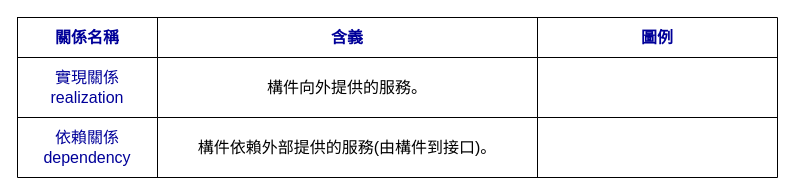
Earlier version of the draw.io diagram Relationships.drawio (wei0728/UML-diagram). Source tidied: cells renumbered, new cells numbered last; positions are measured from the earlier drawing's top-left corner, leaving out a move shared by most shapes. Both pictures are drawn from the tidied source at 100%, with x=0, y=0 at pixel (17, 17).
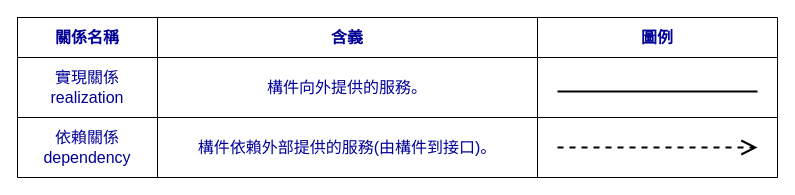
After the change.

Change to the diagram source:
```diff
@@
 <mxGraphModel>
   <root>
     <mxCell id="0" />
     <mxCell id="1" parent="0" />
     <mxCell id="2" style="shape=table;startSize=0;childLayout=tableLayout;fontSize=16;" parent="1" vertex="1">
       <mxGeometry width="760" height="160" as="geometry" />
     </mxCell>
     <mxCell id="3" style="shape=tableRow;horizontal=0;startSize=0;swimlaneHead=0;swimlaneBody=0;strokeColor=inherit;top=0;left=0;bottom=0;right=0;fillColor=none;fontSize=16;" parent="2" vertex="1">
       <mxGeometry width="760" height="40" as="geometry" />
     </mxCell>
     <mxCell id="4" value="&lt;font color=&quot;#000099&quot;&gt;&lt;b&gt;關係名稱&lt;/b&gt;&lt;/font&gt;" style="shape=partialRectangle;html=1;whiteSpace=wrap;strokeColor=inherit;overflow=hidden;fillColor=none;top=0;left=0;bottom=0;right=0;fontSize=16;" parent="3" vertex="1">
       <mxGeometry width="140" height="40" as="geometry" />
     </mxCell>
     <mxCell id="5" value="&lt;font color=&quot;#000099&quot;&gt;&lt;b&gt;含義&lt;/b&gt;&lt;/font&gt;" style="shape=partialRectangle;html=1;whiteSpace=wrap;strokeColor=inherit;overflow=hidden;fillColor=none;top=0;left=0;bottom=0;right=0;fontSize=16;" parent="3" vertex="1">
       <mxGeometry x="140" width="380" height="40" as="geometry" />
     </mxCell>
     <mxCell id="6" value="&lt;b&gt;&lt;font color=&quot;#000099&quot;&gt;圖例&lt;/font&gt;&lt;/b&gt;" style="shape=partialRectangle;html=1;whiteSpace=wrap;strokeColor=inherit;overflow=hidden;fillColor=none;top=0;left=0;bottom=0;right=0;fontSize=16;" parent="3" vertex="1">
       <mxGeometry x="520" width="240" height="40" as="geometry" />
     </mxCell>
     <mxCell id="7" style="shape=tableRow;horizontal=0;startSize=0;swimlaneHead=0;swimlaneBody=0;strokeColor=inherit;top=0;left=0;bottom=0;right=0;fillColor=none;fontSize=16;" parent="2" vertex="1">
       <mxGeometry y="40" width="760" height="60" as="geometry" />
     </mxCell>
     <mxCell id="8" value="&lt;font color=&quot;#000099&quot;&gt;實現關係&lt;br&gt;realization&lt;/font&gt;" style="shape=partialRectangle;html=1;whiteSpace=wrap;strokeColor=inherit;overflow=hidden;fillColor=none;top=0;left=0;bottom=0;right=0;fontSize=16;" parent="7" vertex="1">
       <mxGeometry width="140" height="60" as="geometry" />
     </mxCell>
-    <mxCell id="9" value="構件向外提供的服務。" style="shape=partialRectangle;html=1;whiteSpace=wrap;strokeColor=inherit;overflow=hidden;fillColor=none;top=0;left=0;bottom=0;right=0;fontSize=16;" parent="7" vertex="1">
+    <mxCell id="9" value="&lt;font color=&quot;#000099&quot;&gt;構件向外提供的服務。&lt;/font&gt;" style="shape=partialRectangle;html=1;whiteSpace=wrap;strokeColor=inherit;overflow=hidden;fillColor=none;top=0;left=0;bottom=0;right=0;fontSize=16;" parent="7" vertex="1">
       <mxGeometry x="140" width="380" height="60" as="geometry" />
     </mxCell>
     <mxCell id="10" style="shape=partialRectangle;html=1;whiteSpace=wrap;strokeColor=inherit;overflow=hidden;fillColor=none;top=0;left=0;bottom=0;right=0;fontSize=16;" parent="7" vertex="1">
       <mxGeometry x="520" width="240" height="60" as="geometry" />
     </mxCell>
     <mxCell id="11" style="shape=tableRow;horizontal=0;startSize=0;swimlaneHead=0;swimlaneBody=0;strokeColor=inherit;top=0;left=0;bottom=0;right=0;fillColor=none;fontSize=16;" parent="2" vertex="1">
       <mxGeometry y="100" width="760" height="60" as="geometry" />
     </mxCell>
     <mxCell id="12" value="&lt;font color=&quot;#000099&quot;&gt;依賴關係&lt;br style=&quot;border-color: var(--border-color);&quot;&gt;dependency&lt;/font&gt;" style="shape=partialRectangle;html=1;whiteSpace=wrap;strokeColor=inherit;overflow=hidden;fillColor=none;top=0;left=0;bottom=0;right=0;fontSize=16;" parent="11" vertex="1">
       <mxGeometry width="140" height="60" as="geometry" />
     </mxCell>
-    <mxCell id="13" value="構件依賴外部提供的服務(由構件到接口)。" style="shape=partialRectangle;html=1;whiteSpace=wrap;strokeColor=inherit;overflow=hidden;fillColor=none;top=0;left=0;bottom=0;right=0;fontSize=16;" parent="11" vertex="1">
+    <mxCell id="13" value="&lt;font color=&quot;#000099&quot;&gt;構件依賴外部提供的服務(由構件到接口)。&lt;/font&gt;" style="shape=partialRectangle;html=1;whiteSpace=wrap;strokeColor=inherit;overflow=hidden;fillColor=none;top=0;left=0;bottom=0;right=0;fontSize=16;" parent="11" vertex="1">
       <mxGeometry x="140" width="380" height="60" as="geometry" />
     </mxCell>
     <mxCell id="14" style="shape=partialRectangle;html=1;whiteSpace=wrap;strokeColor=inherit;overflow=hidden;fillColor=none;top=0;left=0;bottom=0;right=0;fontSize=16;" parent="11" vertex="1">
       <mxGeometry x="520" width="240" height="60" as="geometry" />
     </mxCell>
+    <mxCell id="15" style="line;strokeWidth=2;fillColor=none;align=left;verticalAlign=middle;spacingTop=-1;spacingLeft=3;spacingRight=3;labelPosition=right;strokeColor=inherit;" parent="1" vertex="1">
+      <mxGeometry x="540" y="70" width="200" height="8" as="geometry" />
+    </mxCell>
+    <mxCell id="16" style="endArrow=open;endFill=1;endSize=12;html=1;rounded=0;dashed=1;strokeWidth=2;" parent="1" edge="1">
+      <mxGeometry relative="1" as="geometry">
+        <mxPoint x="540" y="130" as="sourcePoint" />
+        <mxPoint x="740" y="130" as="targetPoint" />
+      </mxGeometry>
+    </mxCell>
   </root>
 </mxGraphModel>
```
